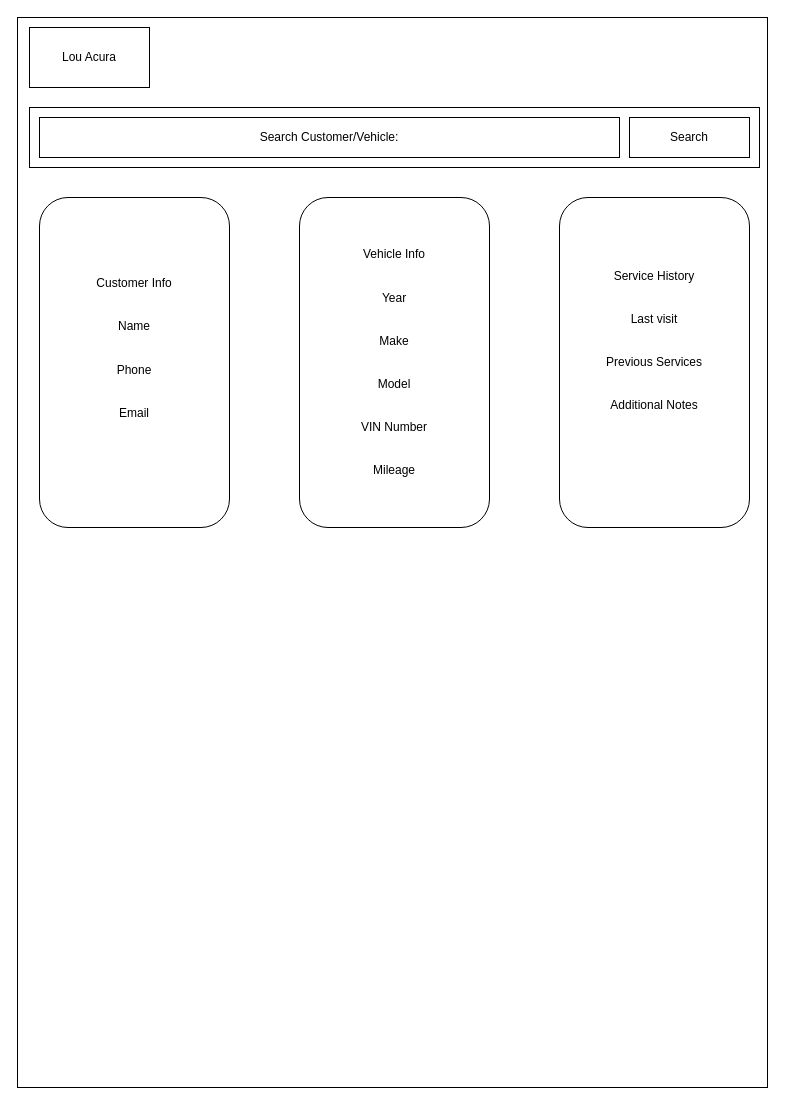
Before: Untitled Diagram.drawio in LSirg24/LSirg24.github.io, a draw.io diagram. Source tidied: cells renumbered, new cells numbered last; positions are measured from the earlier drawing's top-left corner, leaving out a move shared by most shapes. Both pictures are drawn from the tidied source at 100%, with x=0, y=0 at pixel (17, 17).
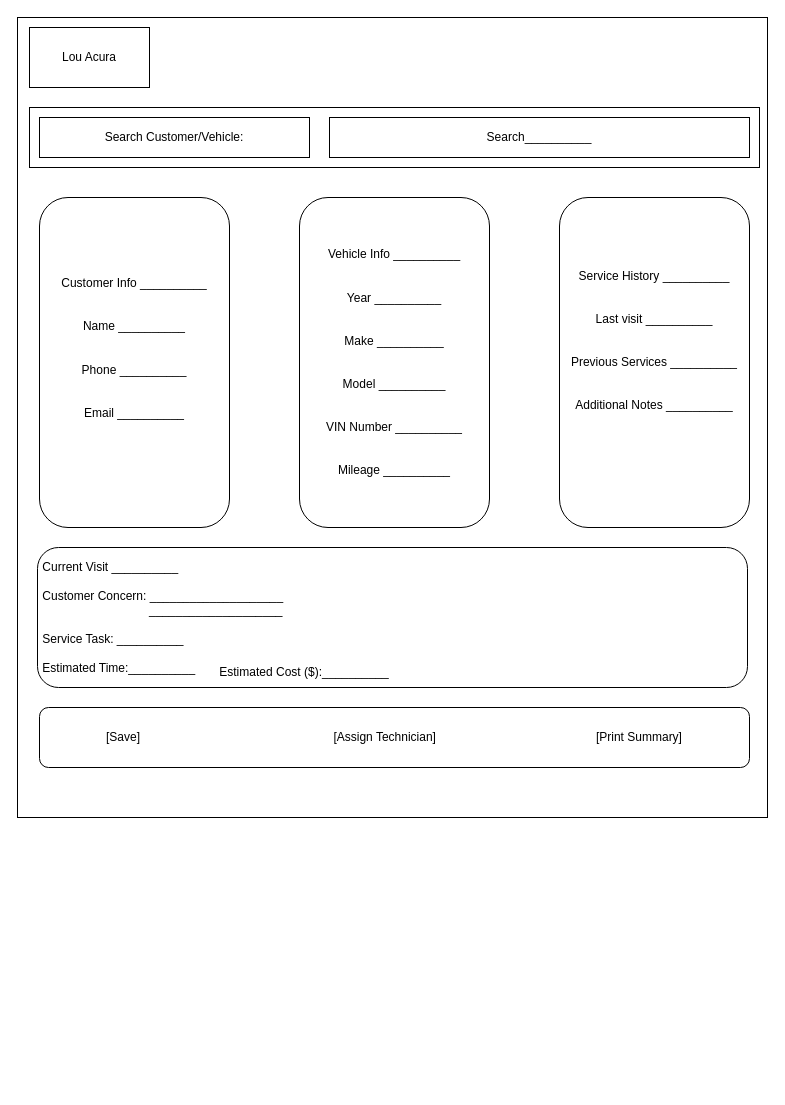
The same page after the edit.

What changed in the source:
```diff
@@
 <mxGraphModel>
   <root>
     <mxCell id="0" />
     <mxCell id="1" parent="0" />
     <mxCell id="2" style="rounded=0;whiteSpace=wrap;html=1;" parent="1" vertex="1">
-      <mxGeometry width="750" height="1070" as="geometry" />
+      <mxGeometry width="750" height="800" as="geometry" />
     </mxCell>
     <mxCell id="3" value="Lou Acura" style="rounded=0;whiteSpace=wrap;html=1;" parent="1" vertex="1">
       <mxGeometry x="12" y="10" width="120" height="60" as="geometry" />
     </mxCell>
     <mxCell id="4" style="rounded=0;whiteSpace=wrap;html=1;" parent="1" vertex="1">
       <mxGeometry x="12" y="90" width="730" height="60" as="geometry" />
     </mxCell>
     <mxCell id="5" value=" Search Customer/Vehicle:" style="rounded=0;whiteSpace=wrap;html=1;" parent="1" vertex="1">
-      <mxGeometry x="22" y="100" width="580" height="40" as="geometry" />
+      <mxGeometry x="22" y="100" width="270" height="40" as="geometry" />
     </mxCell>
-    <mxCell id="6" value="Search" style="rounded=0;whiteSpace=wrap;html=1;" parent="1" vertex="1">
-      <mxGeometry x="612" y="100" width="120" height="40" as="geometry" />
+    <mxCell id="6" value="Search__________" style="rounded=0;whiteSpace=wrap;html=1;" parent="1" vertex="1">
+      <mxGeometry x="312" y="100" width="420" height="40" as="geometry" />
     </mxCell>
-    <mxCell id="7" value="&lt;div&gt;Vehicle Info&lt;/div&gt;&lt;div&gt;&lt;br&gt;&lt;/div&gt;&lt;div&gt;&lt;br&gt;&lt;/div&gt;&lt;div&gt;Year&lt;/div&gt;&lt;div&gt;&lt;br&gt;&lt;/div&gt;&lt;div&gt;&lt;br&gt;&lt;/div&gt;&lt;div&gt;Make&lt;/div&gt;&lt;div&gt;&lt;br&gt;&lt;/div&gt;&lt;div&gt;&lt;br&gt;&lt;/div&gt;&lt;div&gt;Model&lt;/div&gt;&lt;div&gt;&lt;br&gt;&lt;/div&gt;&lt;div&gt;&lt;br&gt;&lt;/div&gt;&lt;div&gt;VIN Number&lt;/div&gt;&lt;div&gt;&lt;br&gt;&lt;/div&gt;&lt;div&gt;&lt;br&gt;&lt;/div&gt;&lt;div&gt;Mileage&lt;/div&gt;" style="rounded=1;whiteSpace=wrap;html=1;" parent="1" vertex="1">
+    <mxCell id="7" value="&lt;div&gt;Vehicle Info __________&lt;/div&gt;&lt;div&gt;&lt;br&gt;&lt;/div&gt;&lt;div&gt;&lt;br&gt;&lt;/div&gt;&lt;div&gt;Year __________&lt;/div&gt;&lt;div&gt;&lt;br&gt;&lt;/div&gt;&lt;div&gt;&lt;br&gt;&lt;/div&gt;&lt;div&gt;Make __________&lt;/div&gt;&lt;div&gt;&lt;br&gt;&lt;/div&gt;&lt;div&gt;&lt;br&gt;&lt;/div&gt;&lt;div&gt;Model __________&lt;/div&gt;&lt;div&gt;&lt;br&gt;&lt;/div&gt;&lt;div&gt;&lt;br&gt;&lt;/div&gt;&lt;div&gt;VIN Number __________&lt;/div&gt;&lt;div&gt;&lt;br&gt;&lt;/div&gt;&lt;div&gt;&lt;br&gt;&lt;/div&gt;&lt;div&gt;Mileage __________&lt;/div&gt;" style="rounded=1;whiteSpace=wrap;html=1;" parent="1" vertex="1">
       <mxGeometry x="282" y="180" width="190" height="330" as="geometry" />
     </mxCell>
-    <mxCell id="8" value="&lt;div&gt;Service History&lt;/div&gt;&lt;div&gt;&lt;br&gt;&lt;/div&gt;&lt;div&gt;&lt;br&gt;&lt;/div&gt;&lt;div&gt;Last visit&lt;/div&gt;&lt;div&gt;&lt;br&gt;&lt;/div&gt;&lt;div&gt;&lt;br&gt;&lt;/div&gt;&lt;div&gt;Previous Services&lt;/div&gt;&lt;div&gt;&lt;br&gt;&lt;/div&gt;&lt;div&gt;&lt;br&gt;&lt;/div&gt;&lt;div&gt;Additional Notes&lt;/div&gt;&lt;div&gt;&lt;br&gt;&lt;/div&gt;&lt;div&gt;&lt;br&gt;&lt;br&gt;&lt;/div&gt;" style="rounded=1;whiteSpace=wrap;html=1;" parent="1" vertex="1">
+    <mxCell id="8" value="&lt;div&gt;Service History __________&lt;/div&gt;&lt;div&gt;&lt;br&gt;&lt;/div&gt;&lt;div&gt;&lt;br&gt;&lt;/div&gt;&lt;div&gt;Last visit __________&lt;/div&gt;&lt;div&gt;&lt;br&gt;&lt;/div&gt;&lt;div&gt;&lt;br&gt;&lt;/div&gt;&lt;div&gt;Previous Services __________&lt;/div&gt;&lt;div&gt;&lt;br&gt;&lt;/div&gt;&lt;div&gt;&lt;br&gt;&lt;/div&gt;&lt;div&gt;Additional Notes __________&lt;/div&gt;&lt;div&gt;&lt;br&gt;&lt;/div&gt;&lt;div&gt;&lt;br&gt;&lt;br&gt;&lt;/div&gt;" style="rounded=1;whiteSpace=wrap;html=1;" parent="1" vertex="1">
       <mxGeometry x="542" y="180" width="190" height="330" as="geometry" />
     </mxCell>
-    <mxCell id="9" value="&lt;div&gt;Customer Info&lt;/div&gt;&lt;div&gt;&lt;br&gt;&lt;/div&gt;&lt;div&gt;&lt;br&gt;&lt;/div&gt;&lt;div&gt;Name&lt;/div&gt;&lt;div&gt;&lt;br&gt;&lt;/div&gt;&lt;div&gt;&lt;br&gt;&lt;/div&gt;&lt;div&gt;Phone&lt;/div&gt;&lt;div&gt;&lt;br&gt;&lt;/div&gt;&lt;div&gt;&lt;br&gt;&lt;/div&gt;&lt;div&gt;Email&lt;/div&gt;&lt;div&gt;&lt;br&gt;&lt;/div&gt;&lt;div&gt;&lt;br&gt;&lt;/div&gt;" style="rounded=1;whiteSpace=wrap;html=1;" parent="1" vertex="1">
+    <mxCell id="9" value="&lt;div&gt;Customer Info __________&lt;/div&gt;&lt;div&gt;&lt;br&gt;&lt;/div&gt;&lt;div&gt;&lt;br&gt;&lt;/div&gt;&lt;div&gt;Name __________&lt;/div&gt;&lt;div&gt;&lt;br&gt;&lt;/div&gt;&lt;div&gt;&lt;br&gt;&lt;/div&gt;&lt;div&gt;Phone __________&lt;/div&gt;&lt;div&gt;&lt;br&gt;&lt;/div&gt;&lt;div&gt;&lt;br&gt;&lt;/div&gt;&lt;div&gt;Email __________&lt;/div&gt;&lt;div&gt;&lt;br&gt;&lt;/div&gt;&lt;div&gt;&lt;br&gt;&lt;/div&gt;" style="rounded=1;whiteSpace=wrap;html=1;" parent="1" vertex="1">
       <mxGeometry x="22" y="180" width="190" height="330" as="geometry" />
     </mxCell>
+    <mxCell id="10" value="&lt;div align=&quot;left&quot;&gt;&amp;nbsp;Current Visit __________&lt;/div&gt;&lt;div align=&quot;left&quot;&gt;&lt;br&gt;&lt;/div&gt;&lt;div align=&quot;left&quot;&gt;&amp;nbsp;Customer Concern: ____________________&lt;/div&gt;&lt;div align=&quot;left&quot;&gt;&amp;nbsp; &amp;nbsp; &amp;nbsp; &amp;nbsp; &amp;nbsp; &amp;nbsp; &amp;nbsp; &amp;nbsp; &amp;nbsp; &amp;nbsp; &amp;nbsp; &amp;nbsp; &amp;nbsp; &amp;nbsp; &amp;nbsp; &amp;nbsp; &amp;nbsp;____________________&lt;/div&gt;&lt;div align=&quot;left&quot;&gt;&lt;br&gt;&lt;/div&gt;&lt;div align=&quot;left&quot;&gt;&amp;nbsp;Service Task: __________&amp;nbsp;&lt;/div&gt;&lt;div align=&quot;left&quot;&gt;&lt;br&gt;&lt;/div&gt;&lt;div align=&quot;left&quot;&gt;&amp;nbsp;Estimated Time:__________&lt;/div&gt;" style="rounded=1;whiteSpace=wrap;html=1;align=left;" parent="1" vertex="1">
+      <mxGeometry x="20" y="530" width="710" height="140" as="geometry" />
+    </mxCell>
+    <mxCell id="11" value="Estimated Cost ($):__________" style="text;html=1;whiteSpace=wrap;strokeColor=none;fillColor=none;align=center;verticalAlign=middle;rounded=0;" parent="1" vertex="1">
+      <mxGeometry x="182" y="640" width="210" height="30" as="geometry" />
+    </mxCell>
+    <mxCell id="12" value="[Save]&amp;nbsp; &amp;nbsp; &amp;nbsp; &amp;nbsp; &amp;nbsp; &amp;nbsp; &amp;nbsp; &amp;nbsp; &amp;nbsp; &amp;nbsp; &amp;nbsp; &amp;nbsp; &amp;nbsp; &amp;nbsp; &amp;nbsp; &amp;nbsp; &amp;nbsp; &amp;nbsp; &amp;nbsp; &amp;nbsp; &amp;nbsp; &amp;nbsp; &amp;nbsp; &amp;nbsp; &amp;nbsp; &amp;nbsp; &amp;nbsp; &amp;nbsp; &amp;nbsp; [Assign Technician]&amp;nbsp; &amp;nbsp; &amp;nbsp; &amp;nbsp; &amp;nbsp; &amp;nbsp; &amp;nbsp; &amp;nbsp; &amp;nbsp; &amp;nbsp; &amp;nbsp; &amp;nbsp; &amp;nbsp; &amp;nbsp; &amp;nbsp; &amp;nbsp; &amp;nbsp; &amp;nbsp; &amp;nbsp; &amp;nbsp; &amp;nbsp; &amp;nbsp; &amp;nbsp; &amp;nbsp; [Print Summary] " style="rounded=1;whiteSpace=wrap;html=1;" parent="1" vertex="1">
+      <mxGeometry x="22" y="690" width="710" height="60" as="geometry" />
+    </mxCell>
   </root>
 </mxGraphModel>
```
